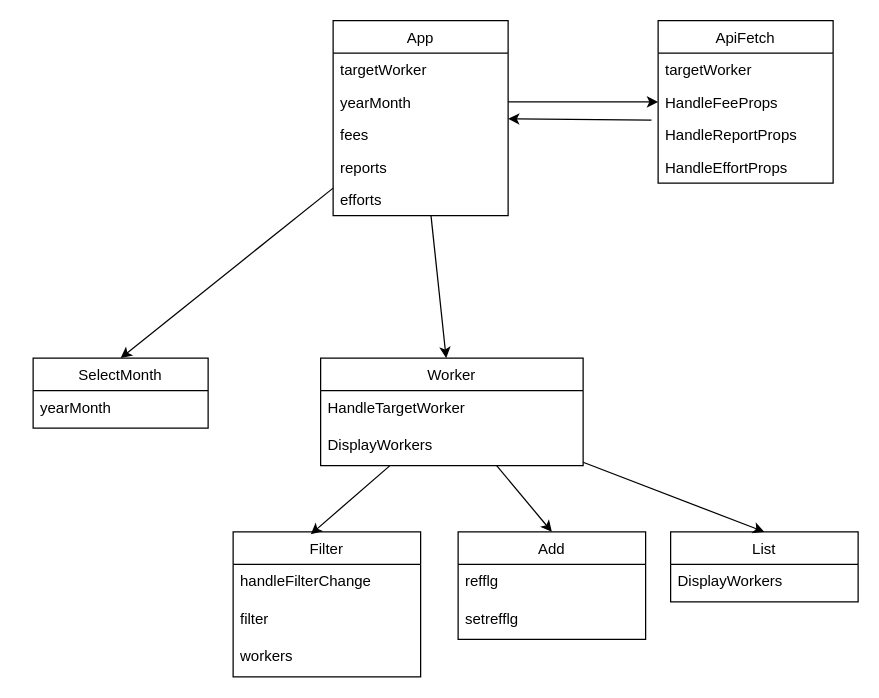
Before: page "ページ2" (2 of 2) of Front.dio in snrnapa/FeeManage_Front, a draw.io diagram. Source tidied: cells renumbered, new cells numbered last; positions are measured from the earlier drawing's top-left corner, leaving out a move shared by most shapes. Both pictures are drawn from the tidied source at 125%, with x=0, y=0 at pixel (32, 20).
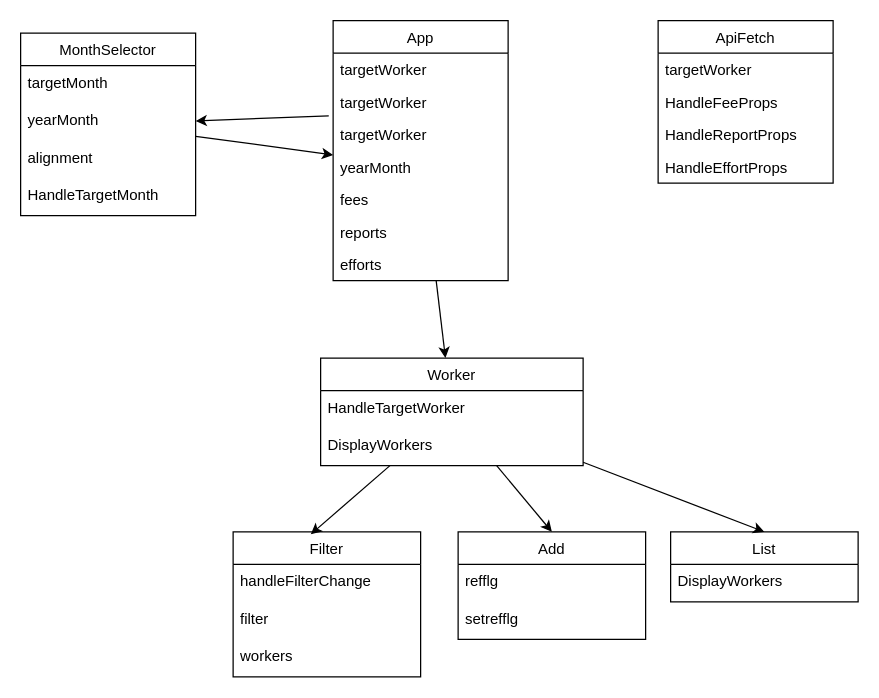
Above is the later version.

Unchanged cells that the change refers to:
```xml
<mxCell id="30" value="HandleFeeProps" style="text;strokeColor=none;fillColor=none;align=left;verticalAlign=top;spacingLeft=4;spacingRight=4;overflow=hidden;points=[[0,0.5],[1,0.5]];portConstraint=eastwest;" parent="28" vertex="1">
  <mxGeometry y="52" width="140" height="26" as="geometry" />
</mxCell>
```

What changed in the source:
```diff
@@
+    <mxCell id="34" style="edgeStyle=none;html=1;" parent="1" edge="1" source="2" target="8">
+      <mxGeometry relative="1" as="geometry" />
+    </mxCell>
-    <mxCell id="2" value="SelectMonth" style="swimlane;fontStyle=0;horizontal=1;startSize=26;fillColor=none;flipH=0;" parent="1" vertex="1">
-      <mxGeometry y="270" width="140" height="56" as="geometry" />
+    <mxCell id="2" value="MonthSelector" style="swimlane;fontStyle=0;horizontal=1;startSize=26;fillColor=none;flipH=0;" parent="1" vertex="1">
+      <mxGeometry x="-10" y="10" width="140" height="146" as="geometry" />
     </mxCell>
-    <mxCell id="3" value="yearMonth" style="text;strokeColor=none;fillColor=none;align=left;verticalAlign=top;spacingLeft=4;spacingRight=4;overflow=hidden;" parent="2" vertex="1">
+    <mxCell id="3" value="targetMonth" style="text;strokeColor=none;fillColor=none;align=left;verticalAlign=top;spacingLeft=4;spacingRight=4;overflow=hidden;" parent="2" vertex="1">
       <mxGeometry y="26" width="140" height="30" as="geometry" />
     </mxCell>
-    <mxCell id="4" style="edgeStyle=none;html=1;entryX=0.5;entryY=0;entryDx=0;entryDy=0;" parent="1" edge="1" source="6" target="2">
-      <mxGeometry relative="1" as="geometry" />
-    </mxCell>
+    <mxCell id="35" value="yearMonth" style="text;strokeColor=none;fillColor=none;align=left;verticalAlign=top;spacingLeft=4;spacingRight=4;overflow=hidden;" parent="2" vertex="1">
+      <mxGeometry y="56" width="140" height="30" as="geometry" />
+    </mxCell>
+    <mxCell id="36" value="alignment" style="text;strokeColor=none;fillColor=none;align=left;verticalAlign=top;spacingLeft=4;spacingRight=4;overflow=hidden;" parent="2" vertex="1">
+      <mxGeometry y="86" width="140" height="30" as="geometry" />
+    </mxCell>
+    <mxCell id="37" value="HandleTargetMonth" style="text;strokeColor=none;fillColor=none;align=left;verticalAlign=top;spacingLeft=4;spacingRight=4;overflow=hidden;" parent="2" vertex="1">
+      <mxGeometry y="116" width="140" height="30" as="geometry" />
+    </mxCell>
@@
     <mxCell id="6" value="App" style="swimlane;fontStyle=0;horizontal=1;startSize=26;fillColor=none;" parent="1" vertex="1">
-      <mxGeometry x="240" width="140" height="156" as="geometry" />
+      <mxGeometry x="240" width="140" height="208" as="geometry" />
     </mxCell>
+    <mxCell id="38" value="targetWorker" style="text;strokeColor=none;fillColor=none;align=left;verticalAlign=top;spacingLeft=4;spacingRight=4;overflow=hidden;" parent="6" vertex="1">
+      <mxGeometry y="26" width="140" height="26" as="geometry" />
+    </mxCell>
+    <mxCell id="39" value="targetWorker" style="text;strokeColor=none;fillColor=none;align=left;verticalAlign=top;spacingLeft=4;spacingRight=4;overflow=hidden;points=[[0,0.5],[1,0.5]];portConstraint=eastwest;" parent="6" vertex="1">
+      <mxGeometry y="52" width="140" height="26" as="geometry" />
+    </mxCell>
     <mxCell id="7" value="targetWorker" style="text;strokeColor=none;fillColor=none;align=left;verticalAlign=top;spacingLeft=4;spacingRight=4;overflow=hidden;" parent="6" vertex="1">
-      <mxGeometry y="26" width="140" height="26" as="geometry" />
+      <mxGeometry y="78" width="140" height="26" as="geometry" />
     </mxCell>
     <mxCell id="8" value="yearMonth" style="text;strokeColor=none;fillColor=none;align=left;verticalAlign=top;spacingLeft=4;spacingRight=4;overflow=hidden;points=[[0,0.5],[1,0.5]];portConstraint=eastwest;" parent="6" vertex="1">
-      <mxGeometry y="52" width="140" height="26" as="geometry" />
+      <mxGeometry y="104" width="140" height="26" as="geometry" />
     </mxCell>
     <mxCell id="9" value="fees" style="text;strokeColor=none;fillColor=none;align=left;verticalAlign=top;spacingLeft=4;spacingRight=4;overflow=hidden;" parent="6" vertex="1">
-      <mxGeometry y="78" width="140" height="26" as="geometry" />
+      <mxGeometry y="130" width="140" height="26" as="geometry" />
     </mxCell>
     <mxCell id="10" value="reports" style="text;strokeColor=none;fillColor=none;align=left;verticalAlign=top;spacingLeft=4;spacingRight=4;overflow=hidden;" parent="6" vertex="1">
-      <mxGeometry y="104" width="140" height="26" as="geometry" />
+      <mxGeometry y="156" width="140" height="26" as="geometry" />
     </mxCell>
     <mxCell id="11" value="efforts" style="text;strokeColor=none;fillColor=none;align=left;verticalAlign=top;spacingLeft=4;spacingRight=4;overflow=hidden;" parent="6" vertex="1">
-      <mxGeometry y="130" width="140" height="26" as="geometry" />
+      <mxGeometry y="182" width="140" height="26" as="geometry" />
     </mxCell>
@@
-    <mxCell id="27" style="edgeStyle=none;html=1;exitX=-0.038;exitY=1.059;exitDx=0;exitDy=0;exitPerimeter=0;" parent="1" edge="1" source="30" target="6">
-      <mxGeometry relative="1" as="geometry" />
-    </mxCell>
@@
-    <mxCell id="33" style="edgeStyle=none;html=1;entryX=0;entryY=0.5;entryDx=0;entryDy=0;" parent="1" edge="1" source="8" target="30">
-      <mxGeometry relative="1" as="geometry" />
-    </mxCell>
+    <mxCell id="40" style="edgeStyle=none;html=1;exitX=-0.025;exitY=0.93;exitDx=0;exitDy=0;exitPerimeter=0;" parent="1" edge="1" source="39" target="2">
+      <mxGeometry relative="1" as="geometry" />
+    </mxCell>
```
